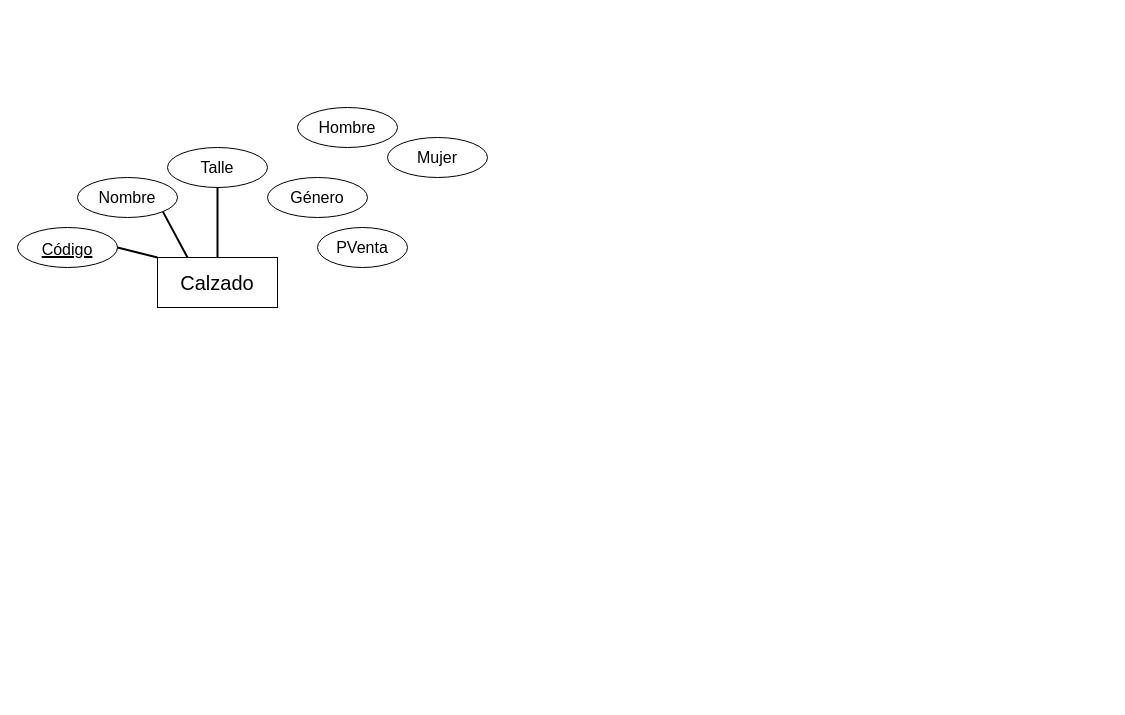
This is Leandro Cantero - Parcial.drawio from LeandroCantero/BaseDeDatos-Unahur, a draw.io file, before an edit. Source tidied: cells renumbered, new cells numbered last; positions are measured from the earlier drawing's top-left corner, leaving out a move shared by most shapes. Both pictures are drawn from the tidied source at 100%, with x=0, y=0 at pixel (17, 107).
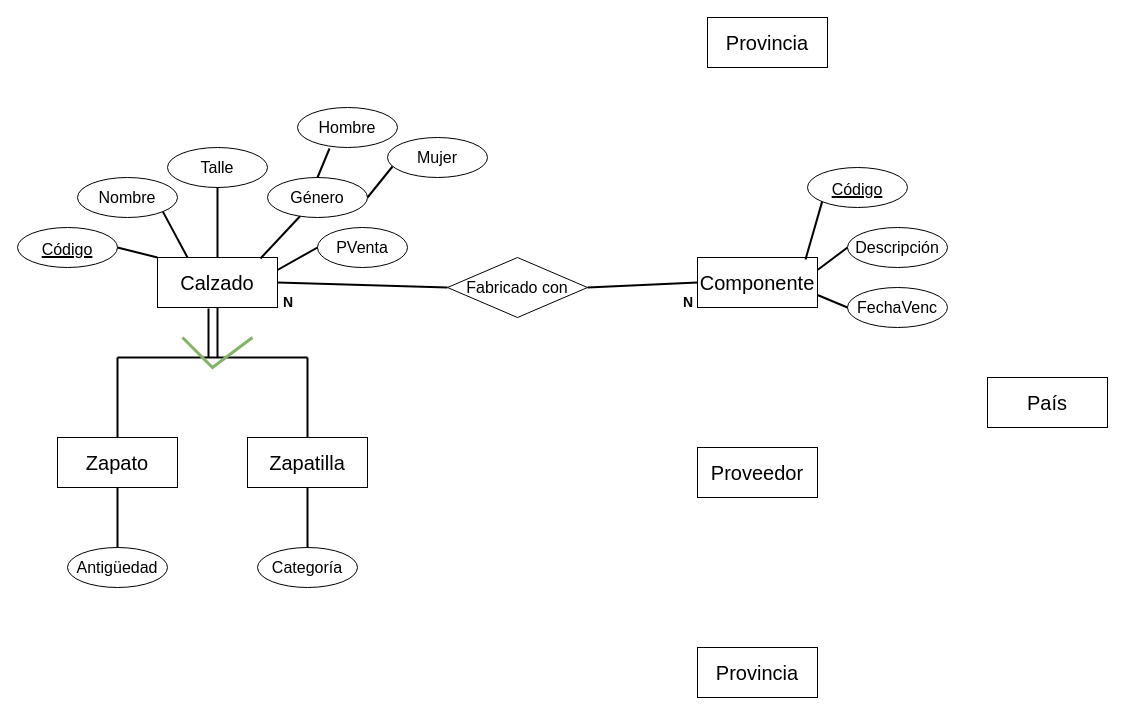
After the change.

The change refers to these unchanged cells:
```xml
<mxCell id="2" value="&lt;font style=&quot;font-size: 20px;&quot;&gt;Calzado&lt;/font&gt;" style="whiteSpace=wrap;html=1;align=center;fontSize=14;" parent="1" vertex="1">
  <mxGeometry x="140" y="150" width="120" height="50" as="geometry" />
</mxCell>
<mxCell id="6" value="Género" style="ellipse;whiteSpace=wrap;html=1;align=center;fontSize=16;" parent="1" vertex="1">
  <mxGeometry x="250" y="70" width="100" height="40" as="geometry" />
</mxCell>
<mxCell id="7" value="PVenta" style="ellipse;whiteSpace=wrap;html=1;align=center;fontSize=16;" parent="1" vertex="1">
  <mxGeometry x="300" y="120" width="90" height="40" as="geometry" />
</mxCell>
<mxCell id="8" value="Hombre" style="ellipse;whiteSpace=wrap;html=1;align=center;fontSize=16;" parent="1" vertex="1">
  <mxGeometry x="280" width="100" height="40" as="geometry" />
</mxCell>
<mxCell id="9" value="Mujer" style="ellipse;whiteSpace=wrap;html=1;align=center;fontSize=16;" parent="1" vertex="1">
  <mxGeometry x="370" y="30" width="100" height="40" as="geometry" />
</mxCell>
```

Diff of the diagram source:
```diff
@@
+    <mxCell id="13" style="endArrow=none;html=1;rounded=0;fontSize=16;strokeWidth=2;exitX=0.858;exitY=0.02;exitDx=0;exitDy=0;exitPerimeter=0;" parent="1" edge="1" source="2" target="6">
+      <mxGeometry relative="1" as="geometry" />
+    </mxCell>
+    <mxCell id="14" style="endArrow=none;html=1;rounded=0;fontSize=16;strokeWidth=2;exitX=1;exitY=0.25;exitDx=0;exitDy=0;entryX=0;entryY=0.5;entryDx=0;entryDy=0;" parent="1" edge="1" source="2" target="7">
+      <mxGeometry relative="1" as="geometry" />
+    </mxCell>
+    <mxCell id="15" style="endArrow=none;html=1;rounded=0;fontSize=16;strokeWidth=2;exitX=0.05;exitY=0.725;exitDx=0;exitDy=0;entryX=1;entryY=0.5;entryDx=0;entryDy=0;exitPerimeter=0;" parent="1" edge="1" source="9" target="6">
+      <mxGeometry relative="1" as="geometry" />
+    </mxCell>
+    <mxCell id="16" style="endArrow=none;html=1;rounded=0;fontSize=16;strokeWidth=2;exitX=0.5;exitY=0;exitDx=0;exitDy=0;entryX=0.32;entryY=1.025;entryDx=0;entryDy=0;entryPerimeter=0;" parent="1" edge="1" source="6" target="8">
+      <mxGeometry relative="1" as="geometry" />
+    </mxCell>
+    <mxCell id="17" style="endArrow=none;html=1;rounded=0;fontSize=16;strokeWidth=2;entryX=0.425;entryY=1.02;entryDx=0;entryDy=0;entryPerimeter=0;" parent="1" edge="1" target="2">
+      <mxGeometry relative="1" as="geometry">
+        <mxPoint x="191" y="250" as="sourcePoint" />
+      </mxGeometry>
+    </mxCell>
+    <mxCell id="18" style="endArrow=none;html=1;rounded=0;fontSize=16;strokeWidth=2;entryX=0.5;entryY=1;entryDx=0;entryDy=0;" parent="1" edge="1" target="2">
+      <mxGeometry relative="1" as="geometry">
+        <mxPoint x="200" y="250" as="sourcePoint" />
+      </mxGeometry>
+    </mxCell>
+    <mxCell id="19" style="endArrow=none;html=1;rounded=0;fontSize=16;strokeWidth=2;" parent="1" edge="1">
+      <mxGeometry relative="1" as="geometry">
+        <mxPoint x="100" y="250" as="sourcePoint" />
+        <mxPoint x="290" y="250" as="targetPoint" />
+      </mxGeometry>
+    </mxCell>
+    <mxCell id="20" style="endArrow=none;html=1;rounded=0;fontSize=16;strokeWidth=2;" parent="1" edge="1">
+      <mxGeometry relative="1" as="geometry">
+        <mxPoint x="100" y="330" as="sourcePoint" />
+        <mxPoint x="100" y="250" as="targetPoint" />
+      </mxGeometry>
+    </mxCell>
+    <mxCell id="21" style="endArrow=none;html=1;rounded=0;fontSize=16;strokeWidth=2;" parent="1" edge="1">
+      <mxGeometry relative="1" as="geometry">
+        <mxPoint x="290" y="330" as="sourcePoint" />
+        <mxPoint x="290" y="250" as="targetPoint" />
+      </mxGeometry>
+    </mxCell>
+    <mxCell id="22" style="endArrow=none;html=1;rounded=0;fontSize=16;strokeWidth=3;fillColor=#d5e8d4;strokeColor=#82b366;" parent="1" edge="1">
+      <mxGeometry relative="1" as="geometry">
+        <mxPoint x="165" y="230" as="sourcePoint" />
+        <mxPoint x="235" y="230" as="targetPoint" />
+        <Array as="points">
+          <mxPoint x="195" y="260" />
+        </Array>
+      </mxGeometry>
+    </mxCell>
+    <mxCell id="23" value="&lt;font style=&quot;font-size: 20px;&quot;&gt;Zapato&lt;/font&gt;" style="whiteSpace=wrap;html=1;align=center;fontSize=14;" parent="1" vertex="1">
+      <mxGeometry x="40" y="330" width="120" height="50" as="geometry" />
+    </mxCell>
+    <mxCell id="24" value="&lt;font style=&quot;font-size: 20px;&quot;&gt;Zapatilla&lt;/font&gt;" style="whiteSpace=wrap;html=1;align=center;fontSize=14;" parent="1" vertex="1">
+      <mxGeometry x="230" y="330" width="120" height="50" as="geometry" />
+    </mxCell>
+    <mxCell id="25" value="Antigüedad" style="ellipse;whiteSpace=wrap;html=1;align=center;fontSize=16;" parent="1" vertex="1">
+      <mxGeometry x="50" y="440" width="100" height="40" as="geometry" />
+    </mxCell>
+    <mxCell id="26" value="Categoría" style="ellipse;whiteSpace=wrap;html=1;align=center;fontSize=16;" parent="1" vertex="1">
+      <mxGeometry x="240" y="440" width="100" height="40" as="geometry" />
+    </mxCell>
+    <mxCell id="27" style="endArrow=none;html=1;rounded=0;fontSize=16;strokeWidth=2;entryX=0.5;entryY=1;entryDx=0;entryDy=0;" parent="1" edge="1" source="25" target="23">
+      <mxGeometry relative="1" as="geometry" />
+    </mxCell>
+    <mxCell id="28" style="endArrow=none;html=1;rounded=0;fontSize=16;strokeWidth=2;entryX=0.5;entryY=1;entryDx=0;entryDy=0;" parent="1" edge="1" source="26" target="24">
+      <mxGeometry relative="1" as="geometry" />
+    </mxCell>
+    <mxCell id="29" value="&lt;span style=&quot;font-size: 20px;&quot;&gt;Componente&lt;/span&gt;" style="whiteSpace=wrap;html=1;align=center;fontSize=14;" parent="1" vertex="1">
+      <mxGeometry x="680" y="150" width="120" height="50" as="geometry" />
+    </mxCell>
+    <mxCell id="30" value="&lt;font style=&quot;font-size: 16px;&quot;&gt;Código&lt;/font&gt;" style="ellipse;whiteSpace=wrap;html=1;align=center;fontStyle=4;fontSize=20;" parent="1" vertex="1">
+      <mxGeometry x="790" y="60" width="100" height="40" as="geometry" />
+    </mxCell>
+    <mxCell id="31" value="Descripción" style="ellipse;whiteSpace=wrap;html=1;align=center;fontSize=16;" parent="1" vertex="1">
+      <mxGeometry x="830" y="120" width="100" height="40" as="geometry" />
+    </mxCell>
+    <mxCell id="32" value="FechaVenc" style="ellipse;whiteSpace=wrap;html=1;align=center;fontSize=16;" parent="1" vertex="1">
+      <mxGeometry x="830" y="180" width="100" height="40" as="geometry" />
+    </mxCell>
+    <mxCell id="33" style="endArrow=none;html=1;rounded=0;fontSize=16;strokeWidth=2;exitX=1;exitY=0.25;exitDx=0;exitDy=0;entryX=0;entryY=0.5;entryDx=0;entryDy=0;" parent="1" edge="1" source="29" target="31">
+      <mxGeometry relative="1" as="geometry" />
+    </mxCell>
+    <mxCell id="34" style="endArrow=none;html=1;rounded=0;fontSize=16;strokeWidth=2;exitX=0.9;exitY=0.04;exitDx=0;exitDy=0;entryX=0;entryY=1;entryDx=0;entryDy=0;exitPerimeter=0;" parent="1" edge="1" source="29" target="30">
+      <mxGeometry relative="1" as="geometry" />
+    </mxCell>
+    <mxCell id="35" style="endArrow=none;html=1;rounded=0;fontSize=16;strokeWidth=2;exitX=1;exitY=0.75;exitDx=0;exitDy=0;entryX=0;entryY=0.5;entryDx=0;entryDy=0;" parent="1" edge="1" source="29" target="32">
+      <mxGeometry relative="1" as="geometry" />
+    </mxCell>
+    <mxCell id="36" value="Fabricado con" style="shape=rhombus;perimeter=rhombusPerimeter;whiteSpace=wrap;html=1;align=center;fontSize=16;" parent="1" vertex="1">
+      <mxGeometry x="430" y="150" width="140" height="60" as="geometry" />
+    </mxCell>
+    <mxCell id="37" style="endArrow=none;html=1;rounded=0;fontSize=16;strokeWidth=2;entryX=0;entryY=0.5;entryDx=0;entryDy=0;exitX=1;exitY=0.5;exitDx=0;exitDy=0;" parent="1" edge="1" source="2" target="36">
+      <mxGeometry relative="1" as="geometry" />
+    </mxCell>
+    <mxCell id="38" style="endArrow=none;html=1;rounded=0;fontSize=16;strokeWidth=2;entryX=0;entryY=0.5;entryDx=0;entryDy=0;exitX=1;exitY=0.5;exitDx=0;exitDy=0;" parent="1" edge="1" source="36" target="29">
+      <mxGeometry relative="1" as="geometry" />
+    </mxCell>
+    <mxCell id="39" value="N" style="text;strokeColor=none;fillColor=none;spacingLeft=4;spacingRight=4;overflow=hidden;fontSize=14;fontStyle=1;" parent="1" vertex="1">
+      <mxGeometry x="260" y="180" width="20" height="30" as="geometry" />
+    </mxCell>
+    <mxCell id="40" value="N" style="text;strokeColor=none;fillColor=none;spacingLeft=4;spacingRight=4;overflow=hidden;fontSize=14;fontStyle=1;" parent="1" vertex="1">
+      <mxGeometry x="660" y="180" width="20" height="30" as="geometry" />
+    </mxCell>
+    <mxCell id="41" value="&lt;span style=&quot;font-size: 20px;&quot;&gt;Proveedor&lt;/span&gt;" style="whiteSpace=wrap;html=1;align=center;fontSize=14;" parent="1" vertex="1">
+      <mxGeometry x="680" y="340" width="120" height="50" as="geometry" />
+    </mxCell>
+    <mxCell id="42" value="&lt;span style=&quot;font-size: 20px;&quot;&gt;Provincia&lt;/span&gt;" style="whiteSpace=wrap;html=1;align=center;fontSize=14;" parent="1" vertex="1">
+      <mxGeometry x="680" y="540" width="120" height="50" as="geometry" />
+    </mxCell>
+    <mxCell id="43" value="&lt;span style=&quot;font-size: 20px;&quot;&gt;País&lt;/span&gt;" style="whiteSpace=wrap;html=1;align=center;fontSize=14;" parent="1" vertex="1">
+      <mxGeometry x="970" y="270" width="120" height="50" as="geometry" />
+    </mxCell>
+    <mxCell id="44" value="&lt;span style=&quot;font-size: 20px;&quot;&gt;Provincia&lt;/span&gt;" style="whiteSpace=wrap;html=1;align=center;fontSize=14;" parent="1" vertex="1">
+      <mxGeometry x="690" y="-90" width="120" height="50" as="geometry" />
+    </mxCell>
```
